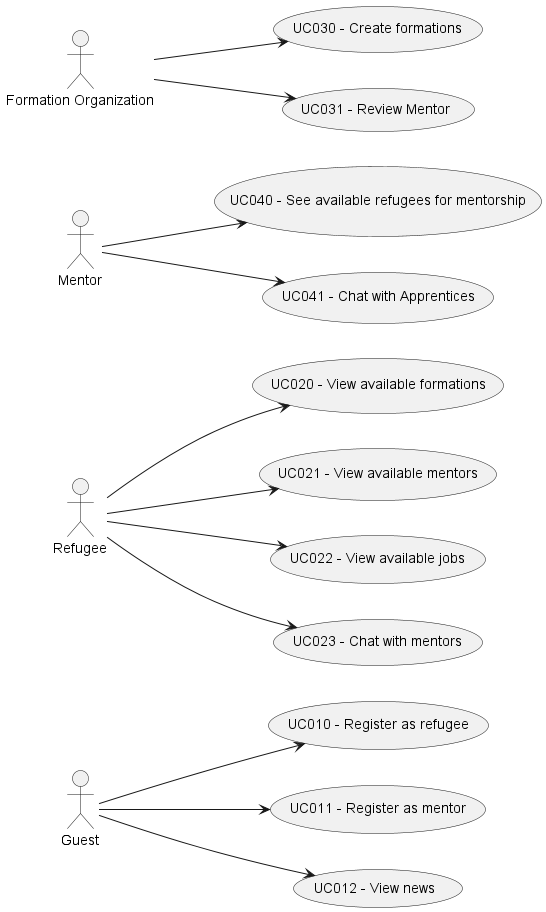
Above: Doc/Requirements/png/UseCaseDiagram.png in kanzodotjava/RefugeeLINK (PlantUML), before the change.
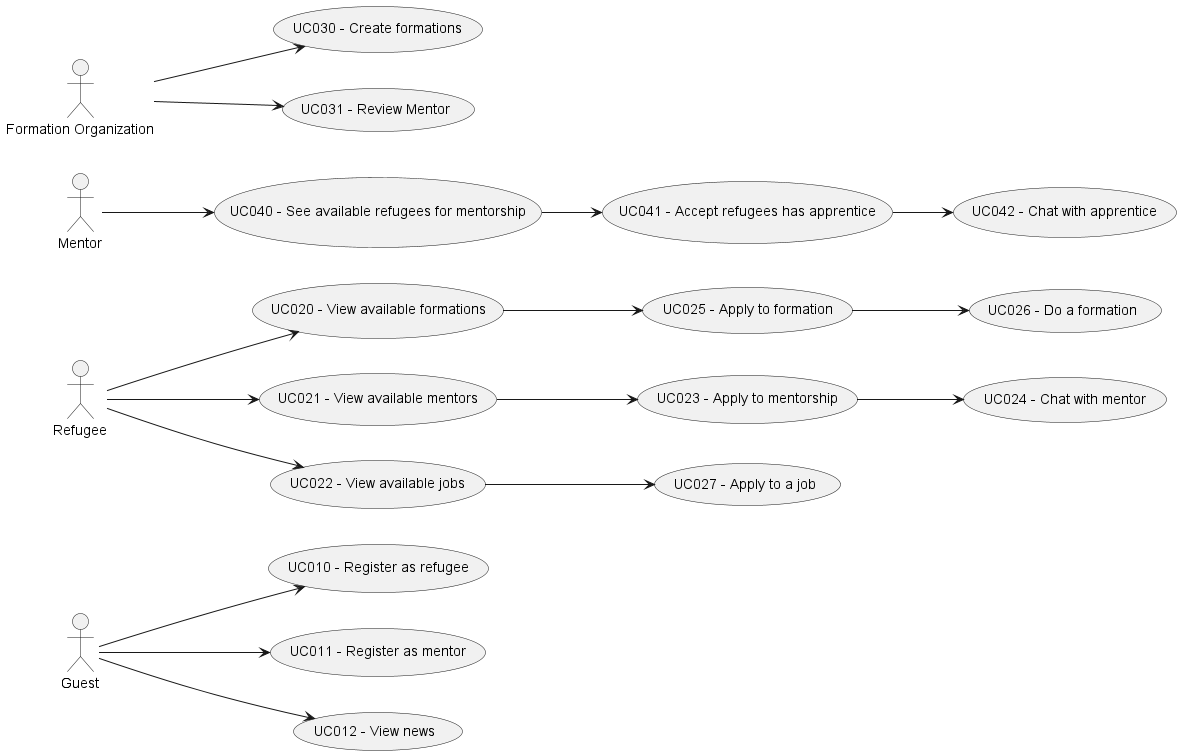
After the commit.

Diff of the diagram source:
```diff
@@ -10,14 +10,24 @@
 usecase "UC010 - Register as refugee" as UC010
 usecase "UC011 - Register as mentor" as UC011
 usecase "UC012 - View news" as UC012
+
+
 usecase "UC020 - View available formations" as UC020
 usecase "UC021 - View available mentors" as UC021
 usecase "UC022 - View available jobs" as UC022
-usecase "UC023 - Chat with mentors" as UC023
+usecase "UC023 - Apply to mentorship" as UC023
+usecase "UC024 - Chat with mentor" as UC024
+usecase "UC025 - Apply to formation" as UC025
+usecase "UC026 - Do a formation" as UC026
+usecase "UC027 - Apply to a job" as UC027
+
+
+
 usecase "UC030 - Create formations" as UC030
 usecase "UC031 - Review Mentor" as UC031
 usecase "UC040 - See available refugees for mentorship" as UC040
-usecase "UC041 - Chat with Apprentices" as UC041
+usecase "UC041 - Accept refugees has apprentice" as UC041
+usecase "UC042 - Chat with apprentice" as UC042
 
 
 Guest --> UC010
@@ -26,11 +36,18 @@
 Refugee --> UC020
 Refugee --> UC021
 Refugee --> UC022
-Refugee --> UC023
 Mentor --> UC040
-Mentor --> UC041
 Org --> UC030
 Org --> UC031
+UC021 --> UC023
+UC023 --> UC024
+UC020 --> UC025
+UC025 --> UC026
+UC040 --> UC041
+UC041 --> UC042
+UC022 --> UC027
+
+
 
 
 @enduml
```
